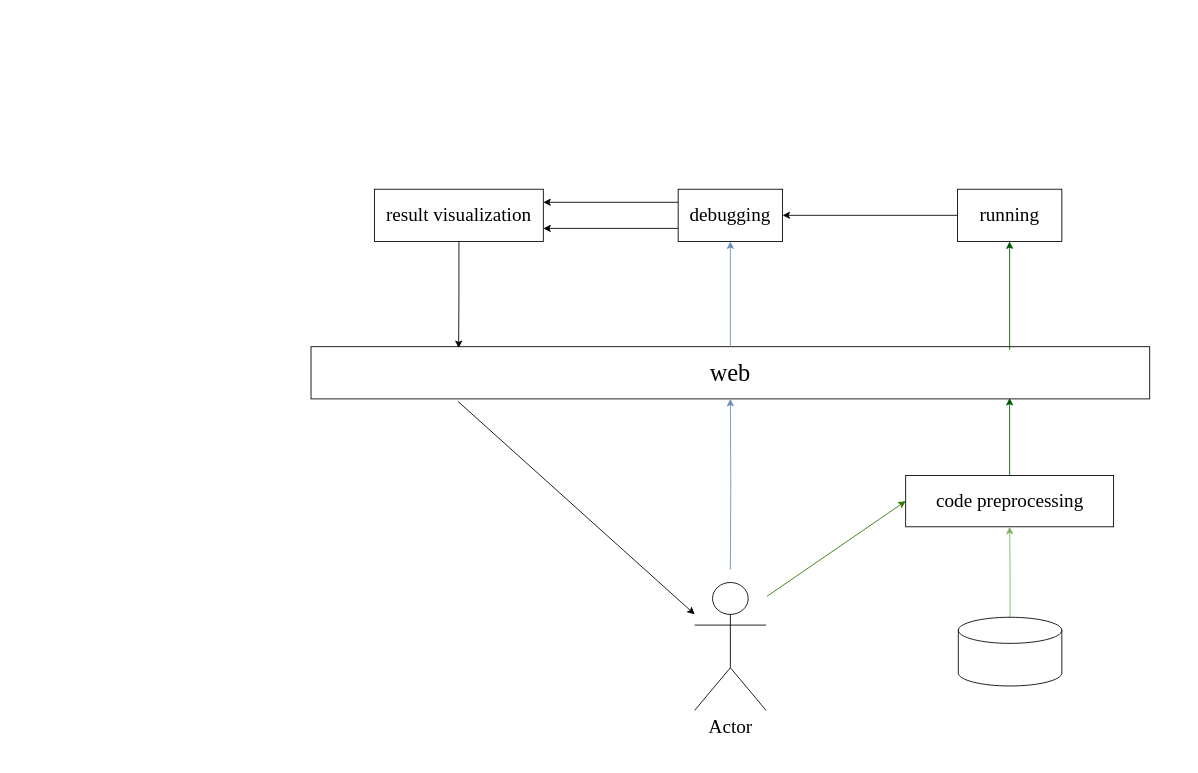
Above: 未命名绘图.drawio in GyaFigaro/sagemaker_debugger (draw.io), before the change. Source tidied: cells renumbered, new cells numbered last; positions are measured from the earlier drawing's top-left corner, leaving out a move shared by most shapes. Both pictures are drawn from the tidied source at 87%, with x=0, y=0 at pixel (311, 189).
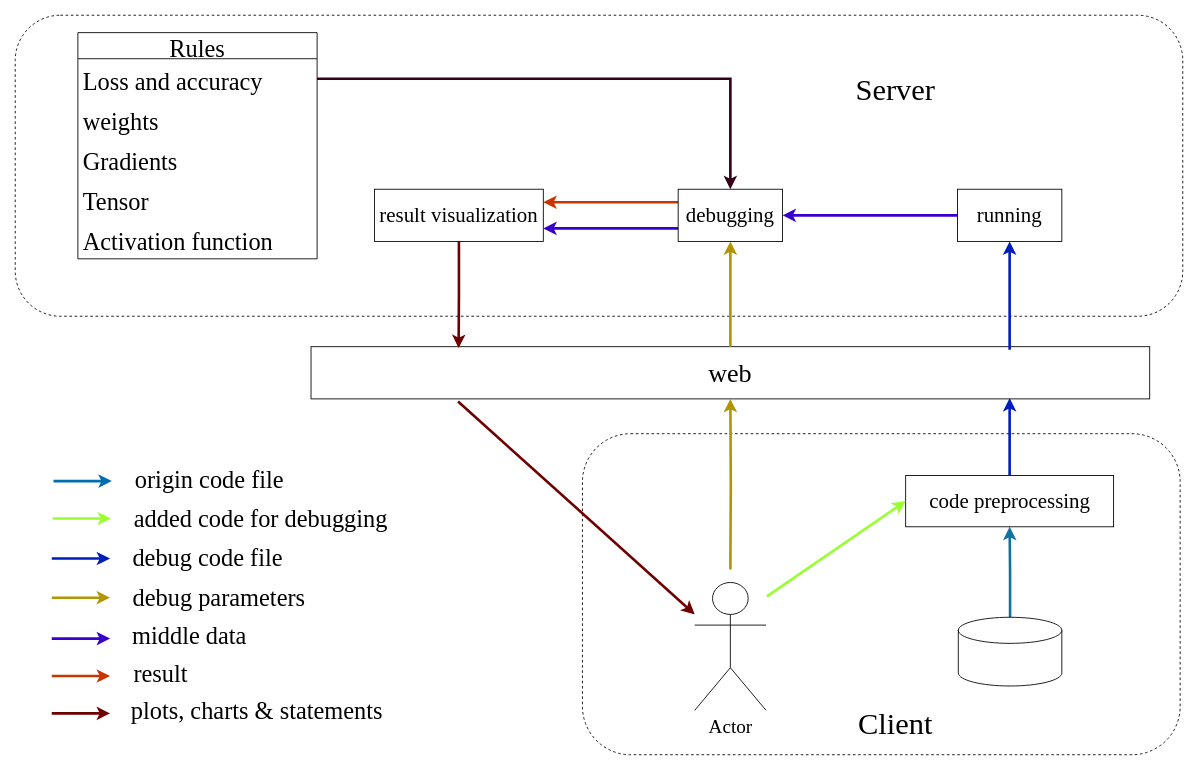
The same diagram, later.

Commit message:
更新未命名绘图.drawio

The change refers to these unchanged cells:
```xml
<mxCell id="3" style="shape=cylinder3;whiteSpace=wrap;html=1;boundedLbl=1;backgroundOutline=1;size=15;" parent="1" vertex="1">
  <mxGeometry x="744" y="492" width="119" height="79" as="geometry" />
</mxCell>
<mxCell id="20" value="Actor" style="shape=umlActor;verticalLabelPosition=bottom;verticalAlign=top;html=1;outlineConnect=0;fontFamily=Times New Roman;fontSize=22;" parent="1" vertex="1">
  <mxGeometry x="441" y="452" width="82" height="147" as="geometry" />
</mxCell>
```

The edit, as a diff of the source:
```diff
@@
+    <mxCell id="21" style="rounded=1;whiteSpace=wrap;html=1;dashed=1;fontFamily=Times New Roman;fontSize=30;" parent="1" vertex="1">
+      <mxGeometry x="312" y="281" width="687" height="369" as="geometry" />
+    </mxCell>
+    <mxCell id="22" style="rounded=1;whiteSpace=wrap;html=1;fontFamily=Times New Roman;fontSize=30;dashed=1;" parent="1" vertex="1">
+      <mxGeometry x="-340" y="-200" width="1342" height="346" as="geometry" />
+    </mxCell>
-    <mxCell id="2" style="edgeStyle=orthogonalEdgeStyle;rounded=0;jettySize=auto;html=1;exitX=0.5;exitY=0;exitDx=0;exitDy=0;exitPerimeter=0;fillColor=#d5e8d4;strokeColor=#82b366;" parent="1" edge="1" source="3" target="5">
+    <mxCell id="2" style="edgeStyle=orthogonalEdgeStyle;rounded=0;jettySize=auto;html=1;exitX=0.5;exitY=0;exitDx=0;exitDy=0;exitPerimeter=0;fillColor=#b1ddf0;strokeColor=#10739e;strokeWidth=3;" parent="1" edge="1" source="3" target="5">
       <mxGeometry relative="1" as="geometry" />
     </mxCell>
@@
-    <mxCell id="4" style="rounded=0;jettySize=auto;html=1;exitX=0.5;exitY=0;exitDx=0;exitDy=0;fontFamily=Times New Roman;fontSize=22;fillColor=#008a00;strokeColor=#005700;" parent="1" edge="1" source="5">
+    <mxCell id="4" style="rounded=0;jettySize=auto;html=1;exitX=0.5;exitY=0;exitDx=0;exitDy=0;fontFamily=Times New Roman;fontSize=22;fillColor=#0050ef;strokeColor=#001DBC;strokeWidth=3;" parent="1" edge="1" source="5">
       <mxGeometry relative="1" as="geometry">
         <mxPoint x="803" y="240" as="targetPoint" />
       </mxGeometry>
     </mxCell>
-    <mxCell id="5" value="&lt;font style=&quot;font-size: 22px;&quot; face=&quot;Times New Roman&quot;&gt;code preprocessing&lt;/font&gt;" style="rounded=0;whiteSpace=wrap;html=1;" parent="1" vertex="1">
+    <mxCell id="5" value="&lt;font style=&quot;font-size: 24px;&quot; face=&quot;Times New Roman&quot;&gt;code preprocessing&lt;/font&gt;" style="rounded=0;whiteSpace=wrap;html=1;" parent="1" vertex="1">
       <mxGeometry x="683.5" y="329" width="239" height="59" as="geometry" />
     </mxCell>
     <mxCell id="6" style="edgeStyle=none;rounded=0;orthogonalLoop=1;jettySize=auto;html=1;exitX=0;exitY=0.3333333333333333;exitDx=0;exitDy=0;exitPerimeter=0;" parent="1" edge="1">
       <mxGeometry relative="1" as="geometry">
-        <mxPoint x="221" y="458.3" as="sourcePoint" />
-        <mxPoint x="221" y="458.3" as="targetPoint" />
+        <mxPoint x="-2" y="453.8" as="sourcePoint" />
+        <mxPoint x="-2" y="453.8" as="targetPoint" />
       </mxGeometry>
     </mxCell>
-    <mxCell id="7" value="&lt;font style=&quot;font-size: 28px;&quot; face=&quot;Times New Roman&quot;&gt;web&lt;/font&gt;" style="rounded=0;whiteSpace=wrap;html=1;" parent="1" vertex="1">
+    <mxCell id="7" value="&lt;font style=&quot;font-size: 30px;&quot; face=&quot;Times New Roman&quot;&gt;web&lt;/font&gt;" style="rounded=0;whiteSpace=wrap;html=1;" parent="1" vertex="1">
       <mxGeometry y="181" width="964" height="60" as="geometry" />
     </mxCell>
-    <mxCell id="8" style="edgeStyle=orthogonalEdgeStyle;rounded=0;jettySize=auto;html=1;exitX=0.5;exitY=1;exitDx=0;exitDy=0;entryX=0.176;entryY=0.026;entryDx=0;entryDy=0;entryPerimeter=0;fontFamily=Times New Roman;fontSize=22;" parent="1" edge="1" source="9" target="7">
+    <mxCell id="8" style="edgeStyle=orthogonalEdgeStyle;rounded=0;jettySize=auto;html=1;exitX=0.5;exitY=1;exitDx=0;exitDy=0;entryX=0.176;entryY=0.026;entryDx=0;entryDy=0;entryPerimeter=0;fontFamily=Times New Roman;fontSize=22;fillColor=#a20025;strokeColor=#6F0000;strokeWidth=3;" parent="1" edge="1" source="9" target="7">
       <mxGeometry relative="1" as="geometry" />
     </mxCell>
-    <mxCell id="9" value="&lt;font style=&quot;font-size: 22px;&quot; face=&quot;Times New Roman&quot;&gt;result visualization&lt;/font&gt;" style="rounded=0;whiteSpace=wrap;html=1;" parent="1" vertex="1">
+    <mxCell id="9" value="&lt;font style=&quot;font-size: 24px;&quot; face=&quot;Times New Roman&quot;&gt;result visualization&lt;/font&gt;" style="rounded=0;whiteSpace=wrap;html=1;" parent="1" vertex="1">
       <mxGeometry x="73" width="194" height="60" as="geometry" />
     </mxCell>
-    <mxCell id="10" style="edgeStyle=orthogonalEdgeStyle;rounded=0;jettySize=auto;html=1;fontFamily=Times New Roman;fontSize=13;" parent="1" edge="1" source="12" target="16">
+    <mxCell id="10" style="edgeStyle=orthogonalEdgeStyle;rounded=0;jettySize=auto;html=1;fontFamily=Times New Roman;fontSize=13;fillColor=#6a00ff;strokeColor=#3700CC;strokeWidth=3;" parent="1" edge="1" source="12" target="16">
       <mxGeometry relative="1" as="geometry" />
     </mxCell>
-    <mxCell id="11" style="edgeStyle=orthogonalEdgeStyle;rounded=0;jettySize=auto;html=1;exitX=0.833;exitY=0.058;exitDx=0;exitDy=0;entryX=0.5;entryY=1;entryDx=0;entryDy=0;fontFamily=Times New Roman;fontSize=22;exitPerimeter=0;fillColor=#008a00;strokeColor=#005700;" parent="1" edge="1" source="7" target="12">
+    <mxCell id="11" style="edgeStyle=orthogonalEdgeStyle;rounded=0;jettySize=auto;html=1;exitX=0.833;exitY=0.058;exitDx=0;exitDy=0;entryX=0.5;entryY=1;entryDx=0;entryDy=0;fontFamily=Times New Roman;fontSize=22;exitPerimeter=0;fillColor=#0050ef;strokeColor=#001DBC;strokeWidth=3;" parent="1" edge="1" source="7" target="12">
       <mxGeometry relative="1" as="geometry" />
     </mxCell>
-    <mxCell id="12" value="&lt;font style=&quot;font-size: 22px;&quot; face=&quot;Times New Roman&quot;&gt;running&lt;/font&gt;" style="rounded=0;whiteSpace=wrap;html=1;" parent="1" vertex="1">
+    <mxCell id="12" value="&lt;font style=&quot;font-size: 24px;&quot; face=&quot;Times New Roman&quot;&gt;running&lt;/font&gt;" style="rounded=0;whiteSpace=wrap;html=1;" parent="1" vertex="1">
       <mxGeometry x="743" width="120" height="60" as="geometry" />
     </mxCell>
-    <mxCell id="13" style="edgeStyle=orthogonalEdgeStyle;rounded=0;jettySize=auto;html=1;exitX=0;exitY=0.75;exitDx=0;exitDy=0;entryX=1;entryY=0.75;entryDx=0;entryDy=0;fontFamily=Times New Roman;fontSize=22;" parent="1" edge="1" source="16" target="9">
+    <mxCell id="13" style="edgeStyle=orthogonalEdgeStyle;rounded=0;jettySize=auto;html=1;exitX=0;exitY=0.75;exitDx=0;exitDy=0;entryX=1;entryY=0.75;entryDx=0;entryDy=0;fontFamily=Times New Roman;fontSize=22;fillColor=#6a00ff;strokeColor=#3700CC;strokeWidth=3;" parent="1" edge="1" source="16" target="9">
       <mxGeometry relative="1" as="geometry" />
     </mxCell>
-    <mxCell id="14" style="edgeStyle=orthogonalEdgeStyle;rounded=0;jettySize=auto;html=1;exitX=0;exitY=0.25;exitDx=0;exitDy=0;entryX=1;entryY=0.25;entryDx=0;entryDy=0;fontFamily=Times New Roman;fontSize=22;" parent="1" edge="1" source="16" target="9">
+    <mxCell id="14" style="edgeStyle=orthogonalEdgeStyle;rounded=0;jettySize=auto;html=1;exitX=0;exitY=0.25;exitDx=0;exitDy=0;entryX=1;entryY=0.25;entryDx=0;entryDy=0;fontFamily=Times New Roman;fontSize=22;fillColor=#fa6800;strokeColor=#C73500;strokeWidth=3;" parent="1" edge="1" source="16" target="9">
       <mxGeometry relative="1" as="geometry" />
     </mxCell>
-    <mxCell id="15" style="edgeStyle=orthogonalEdgeStyle;rounded=0;jettySize=auto;html=1;exitX=0.5;exitY=0;exitDx=0;exitDy=0;entryX=0.5;entryY=1;entryDx=0;entryDy=0;fontFamily=Times New Roman;fontSize=22;fillColor=#dae8fc;strokeColor=#6c8ebf;" parent="1" edge="1" source="7" target="16">
+    <mxCell id="15" style="edgeStyle=orthogonalEdgeStyle;rounded=0;jettySize=auto;html=1;exitX=0.5;exitY=0;exitDx=0;exitDy=0;entryX=0.5;entryY=1;entryDx=0;entryDy=0;fontFamily=Times New Roman;fontSize=22;fillColor=#e3c800;strokeColor=#B09500;strokeWidth=3;" parent="1" edge="1" source="7" target="16">
       <mxGeometry relative="1" as="geometry" />
     </mxCell>
-    <mxCell id="16" value="&lt;font style=&quot;font-size: 22px;&quot; face=&quot;Times New Roman&quot;&gt;debugging&lt;/font&gt;" style="rounded=0;whiteSpace=wrap;html=1;" parent="1" vertex="1">
+    <mxCell id="16" value="&lt;font style=&quot;font-size: 24px;&quot; face=&quot;Times New Roman&quot;&gt;debugging&lt;/font&gt;" style="rounded=0;whiteSpace=wrap;html=1;" parent="1" vertex="1">
       <mxGeometry x="422" width="120" height="60" as="geometry" />
     </mxCell>
-    <mxCell id="17" style="rounded=0;jettySize=auto;html=1;fontFamily=Times New Roman;fontSize=22;" parent="1" edge="1" target="20">
+    <mxCell id="17" style="rounded=0;jettySize=auto;html=1;fontFamily=Times New Roman;fontSize=22;fillColor=#a20025;strokeColor=#6F0000;strokeWidth=3;" parent="1" edge="1" target="20">
       <mxGeometry relative="1" as="geometry">
         <mxPoint x="169" y="244" as="sourcePoint" />
       </mxGeometry>
     </mxCell>
-    <mxCell id="18" style="edgeStyle=orthogonalEdgeStyle;rounded=0;jettySize=auto;html=1;entryX=0.5;entryY=1;entryDx=0;entryDy=0;fontFamily=Times New Roman;fontSize=22;fillColor=#dae8fc;strokeColor=#6c8ebf;" parent="1" edge="1" target="7">
+    <mxCell id="18" style="edgeStyle=orthogonalEdgeStyle;rounded=0;jettySize=auto;html=1;entryX=0.5;entryY=1;entryDx=0;entryDy=0;fontFamily=Times New Roman;fontSize=22;fillColor=#e3c800;strokeColor=#B09500;strokeWidth=3;" parent="1" edge="1" target="7">
       <mxGeometry relative="1" as="geometry">
         <mxPoint x="482" y="437" as="sourcePoint" />
       </mxGeometry>
     </mxCell>
-    <mxCell id="19" style="rounded=0;jettySize=auto;html=1;entryX=0;entryY=0.5;entryDx=0;entryDy=0;fontFamily=Times New Roman;fontSize=22;fillColor=#60a917;strokeColor=#2D7600;" parent="1" edge="1" target="5">
+    <mxCell id="19" style="rounded=0;jettySize=auto;html=1;entryX=0;entryY=0.5;entryDx=0;entryDy=0;fontFamily=Times New Roman;fontSize=22;fillColor=#6d8764;strokeColor=#99FF33;strokeWidth=3;" parent="1" edge="1" target="5">
       <mxGeometry relative="1" as="geometry">
         <mxPoint x="524" y="468" as="sourcePoint" />
       </mxGeometry>
     </mxCell>
@@
+    <mxCell id="23" style="endArrow=classic;html=1;rounded=0;strokeWidth=3;fontFamily=Times New Roman;fontSize=28;fillColor=#1ba1e2;strokeColor=#006EAF;" parent="1" edge="1">
+      <mxGeometry relative="1" as="geometry">
+        <mxPoint x="-296" y="335.5" as="sourcePoint" />
+        <mxPoint x="-229" y="335.5" as="targetPoint" />
+      </mxGeometry>
+    </mxCell>
+    <mxCell id="24" style="endArrow=classic;html=1;rounded=0;strokeWidth=3;fontFamily=Times New Roman;fontSize=28;fillColor=#0050ef;strokeColor=#99FF33;" parent="1" edge="1">
+      <mxGeometry relative="1" as="geometry">
+        <mxPoint x="-297" y="378.5" as="sourcePoint" />
+        <mxPoint x="-230" y="378.5" as="targetPoint" />
+      </mxGeometry>
+    </mxCell>
+    <mxCell id="25" style="endArrow=classic;html=1;rounded=0;strokeWidth=3;fontFamily=Times New Roman;fontSize=28;fillColor=#e3c800;strokeColor=#B09500;" parent="1" edge="1">
+      <mxGeometry relative="1" as="geometry">
+        <mxPoint x="-298" y="469.5" as="sourcePoint" />
+        <mxPoint x="-231" y="469.5" as="targetPoint" />
+      </mxGeometry>
+    </mxCell>
+    <mxCell id="26" style="endArrow=classic;html=1;rounded=0;strokeWidth=3;fontFamily=Times New Roman;fontSize=28;fillColor=#fa6800;strokeColor=#C73500;" parent="1" edge="1">
+      <mxGeometry relative="1" as="geometry">
+        <mxPoint x="-298" y="559.5" as="sourcePoint" />
+        <mxPoint x="-231" y="559.5" as="targetPoint" />
+      </mxGeometry>
+    </mxCell>
+    <mxCell id="27" style="endArrow=classic;html=1;rounded=0;strokeWidth=3;fontFamily=Times New Roman;fontSize=28;fillColor=#6a00ff;strokeColor=#3700CC;" parent="1" edge="1">
+      <mxGeometry relative="1" as="geometry">
+        <mxPoint x="-298" y="516.5" as="sourcePoint" />
+        <mxPoint x="-231" y="516.5" as="targetPoint" />
+      </mxGeometry>
+    </mxCell>
+    <mxCell id="28" style="endArrow=classic;html=1;rounded=0;strokeWidth=3;fontFamily=Times New Roman;fontSize=28;fillColor=#0050ef;strokeColor=#001DBC;" parent="1" edge="1">
+      <mxGeometry relative="1" as="geometry">
+        <mxPoint x="-298" y="424.5" as="sourcePoint" />
+        <mxPoint x="-231" y="424.5" as="targetPoint" />
+      </mxGeometry>
+    </mxCell>
+    <mxCell id="29" style="endArrow=classic;html=1;rounded=0;strokeWidth=3;fontFamily=Times New Roman;fontSize=28;fillColor=#a20025;strokeColor=#6F0000;" parent="1" edge="1">
+      <mxGeometry relative="1" as="geometry">
+        <mxPoint x="-298" y="602.5" as="sourcePoint" />
+        <mxPoint x="-231" y="602.5" as="targetPoint" />
+      </mxGeometry>
+    </mxCell>
+    <mxCell id="30" value="origin code file" style="text;html=1;strokeColor=none;fillColor=none;align=center;verticalAlign=middle;whiteSpace=wrap;rounded=0;fontFamily=Times New Roman;fontSize=28;" parent="1" vertex="1">
+      <mxGeometry x="-223" y="313.5" width="213" height="40" as="geometry" />
+    </mxCell>
+    <mxCell id="31" value="added code for debugging" style="text;html=1;strokeColor=none;fillColor=none;align=center;verticalAlign=middle;whiteSpace=wrap;rounded=0;fontFamily=Times New Roman;fontSize=28;" parent="1" vertex="1">
+      <mxGeometry x="-223" y="359.5" width="331" height="38" as="geometry" />
+    </mxCell>
+    <mxCell id="32" value="debug code file" style="text;html=1;strokeColor=none;fillColor=none;align=center;verticalAlign=middle;whiteSpace=wrap;rounded=0;fontFamily=Times New Roman;fontSize=28;" parent="1" vertex="1">
+      <mxGeometry x="-223" y="403.5" width="209" height="39" as="geometry" />
+    </mxCell>
+    <mxCell id="33" value="debug parameters" style="text;html=1;strokeColor=none;fillColor=none;align=center;verticalAlign=middle;whiteSpace=wrap;rounded=0;fontFamily=Times New Roman;fontSize=28;" parent="1" vertex="1">
+      <mxGeometry x="-223" y="451.5" width="235" height="34" as="geometry" />
+    </mxCell>
+    <mxCell id="34" value="middle data" style="text;html=1;strokeColor=none;fillColor=none;align=center;verticalAlign=middle;whiteSpace=wrap;rounded=0;fontFamily=Times New Roman;fontSize=28;" parent="1" vertex="1">
+      <mxGeometry x="-223" y="493.5" width="167" height="39" as="geometry" />
+    </mxCell>
+    <mxCell id="35" value="result" style="text;html=1;strokeColor=none;fillColor=none;align=center;verticalAlign=middle;whiteSpace=wrap;rounded=0;fontFamily=Times New Roman;fontSize=28;" parent="1" vertex="1">
+      <mxGeometry x="-230" y="532.5" width="115" height="48" as="geometry" />
+    </mxCell>
+    <mxCell id="36" value="plots, charts &amp;amp; statements&amp;nbsp;" style="text;html=1;strokeColor=none;fillColor=none;align=center;verticalAlign=middle;whiteSpace=wrap;rounded=0;fontFamily=Times New Roman;fontSize=28;" parent="1" vertex="1">
+      <mxGeometry x="-230" y="580.5" width="343" height="37" as="geometry" />
+    </mxCell>
+    <mxCell id="37" style="edgeStyle=orthogonalEdgeStyle;rounded=0;jettySize=auto;html=1;entryX=0.5;entryY=0;entryDx=0;entryDy=0;strokeColor=#33001A;strokeWidth=3;fontFamily=Times New Roman;fontSize=28;exitX=1;exitY=0.5;exitDx=0;exitDy=0;" parent="1" edge="1" source="39" target="16">
+      <mxGeometry relative="1" as="geometry" />
+    </mxCell>
+    <mxCell id="38" value="Rules" style="swimlane;fontStyle=0;horizontal=1;startSize=30;fontFamily=Times New Roman;fontSize=28;" parent="1" vertex="1">
+      <mxGeometry x="-268" y="-180" width="275" height="260" as="geometry" />
+    </mxCell>
+    <mxCell id="39" value="Loss and accuracy " style="text;strokeColor=none;fillColor=none;align=left;verticalAlign=middle;spacingLeft=4;spacingRight=4;overflow=hidden;points=[[0,0.5],[1,0.5]];portConstraint=eastwest;fontFamily=Times New Roman;fontSize=28;" parent="38" vertex="1">
+      <mxGeometry y="30" width="275" height="46" as="geometry" />
+    </mxCell>
+    <mxCell id="40" value="weights" style="text;strokeColor=none;fillColor=none;align=left;verticalAlign=middle;spacingLeft=4;spacingRight=4;overflow=hidden;fontFamily=Times New Roman;fontSize=28;" parent="38" vertex="1">
+      <mxGeometry y="76" width="275" height="46" as="geometry" />
+    </mxCell>
+    <mxCell id="41" value="Gradients" style="text;strokeColor=none;fillColor=none;align=left;verticalAlign=middle;spacingLeft=4;spacingRight=4;overflow=hidden;fontFamily=Times New Roman;fontSize=28;" parent="38" vertex="1">
+      <mxGeometry y="122" width="275" height="46" as="geometry" />
+    </mxCell>
+    <mxCell id="42" value="Tensor" style="text;strokeColor=none;fillColor=none;align=left;verticalAlign=middle;spacingLeft=4;spacingRight=4;overflow=hidden;fontFamily=Times New Roman;fontSize=28;" parent="38" vertex="1">
+      <mxGeometry y="168" width="275" height="46" as="geometry" />
+    </mxCell>
+    <mxCell id="43" value="Activation function" style="text;strokeColor=none;fillColor=none;align=left;verticalAlign=middle;spacingLeft=4;spacingRight=4;overflow=hidden;fontFamily=Times New Roman;fontSize=28;" parent="38" vertex="1">
+      <mxGeometry y="214" width="275" height="46" as="geometry" />
+    </mxCell>
+    <mxCell id="44" value="Server" style="text;html=1;strokeColor=none;fillColor=none;align=center;verticalAlign=middle;whiteSpace=wrap;rounded=0;dashed=1;fontFamily=Times New Roman;fontSize=35;" parent="1" vertex="1">
+      <mxGeometry x="642" y="-129" width="60" height="30" as="geometry" />
+    </mxCell>
+    <mxCell id="45" value="Client" style="text;html=1;strokeColor=none;fillColor=none;align=center;verticalAlign=middle;whiteSpace=wrap;rounded=0;dashed=1;fontFamily=Times New Roman;fontSize=35;" parent="1" vertex="1">
+      <mxGeometry x="642" y="576" width="60" height="77" as="geometry" />
+    </mxCell>
```
